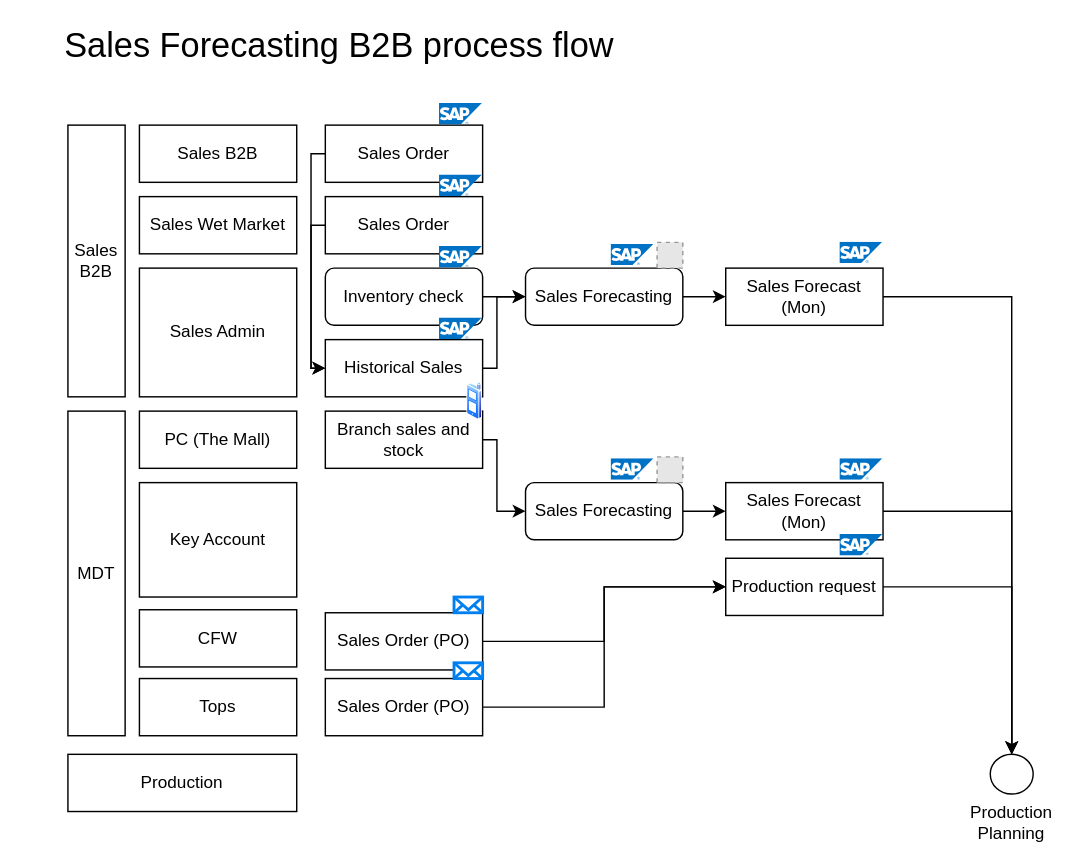
Before: page "Copy of Sales Forecasting B2B" (4 of 15) of new.drawio in pkppm-dev/Roy-s, a draw.io diagram. Source tidied: cells renumbered, new cells numbered last; positions are measured from the earlier drawing's top-left corner, leaving out a move shared by most shapes. Both pictures are drawn from the tidied source at 143%, with x=0, y=0 at pixel (24, 24). Pictures stored in the file or linked from it are replaced by grey dashed boxes.
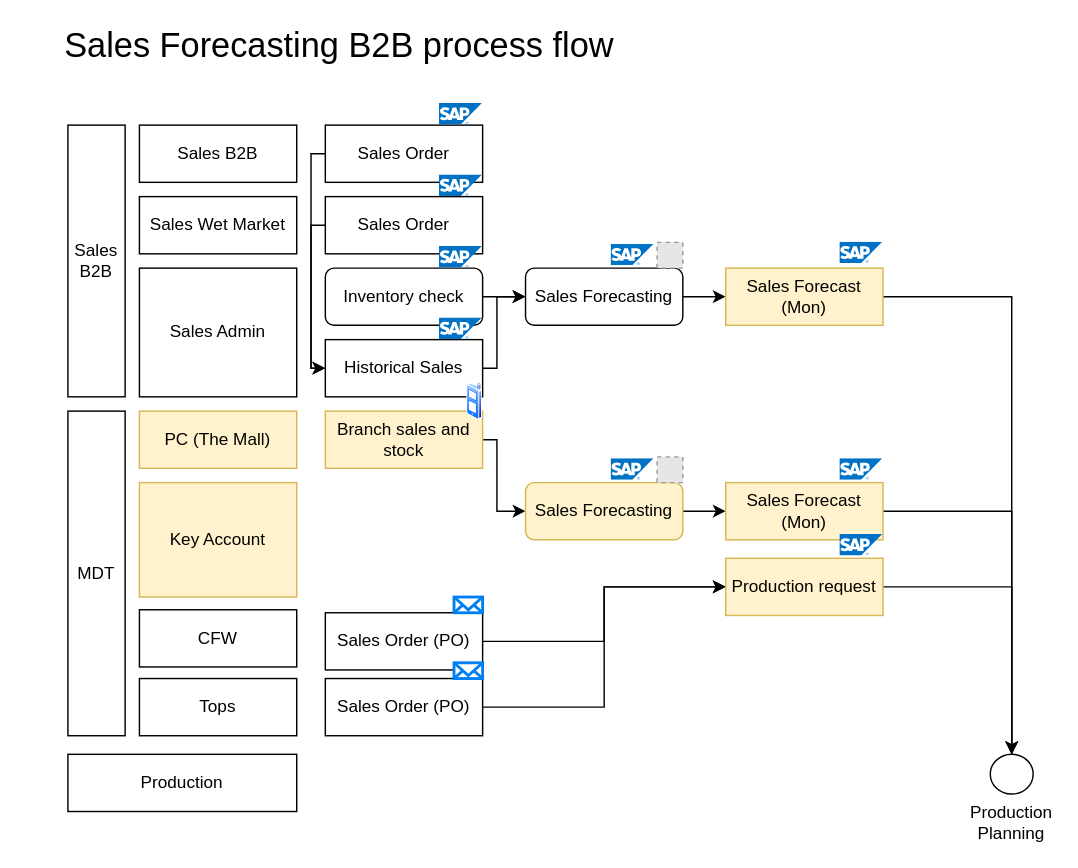
The same diagram, later.

What changed in the source:
```diff
@@
-    <mxCell id="14" value="Sales Forecast (Mon)" style="whiteSpace=wrap;html=1;rounded=0;" parent="1" vertex="1">
+    <mxCell id="14" value="Sales Forecast (Mon)" style="whiteSpace=wrap;html=1;rounded=0;fillColor=#fff2cc;strokeColor=#d6b656;" parent="1" vertex="1">
       <mxGeometry x="490" y="170" width="110" height="40" as="geometry" />
     </mxCell>
@@
-    <mxCell id="23" value="Key Account" style="whiteSpace=wrap;html=1;rounded=0;" parent="1" vertex="1">
+    <mxCell id="23" value="Key Account" style="whiteSpace=wrap;html=1;rounded=0;fillColor=#fff2cc;strokeColor=#d6b656;" parent="1" vertex="1">
       <mxGeometry x="80" y="320" width="110" height="80" as="geometry" />
     </mxCell>
-    <mxCell id="24" value="PC (The Mall)" style="whiteSpace=wrap;html=1;rounded=0;" parent="1" vertex="1">
+    <mxCell id="24" value="PC (The Mall)" style="whiteSpace=wrap;html=1;rounded=0;fillColor=#fff2cc;strokeColor=#d6b656;" parent="1" vertex="1">
       <mxGeometry x="80" y="270" width="110" height="40" as="geometry" />
     </mxCell>
@@
-    <mxCell id="26" value="Branch sales and stock" style="whiteSpace=wrap;html=1;rounded=0;" parent="1" vertex="1">
+    <mxCell id="26" value="Branch sales and stock" style="whiteSpace=wrap;html=1;rounded=0;fillColor=#fff2cc;strokeColor=#d6b656;" parent="1" vertex="1">
       <mxGeometry x="210" y="270" width="110" height="40" as="geometry" />
     </mxCell>
@@
-    <mxCell id="28" value="Sales Forecasting" style="whiteSpace=wrap;html=1;rounded=1;" parent="1" vertex="1">
+    <mxCell id="28" value="Sales Forecasting" style="whiteSpace=wrap;html=1;rounded=1;fillColor=#fff2cc;strokeColor=#d6b656;" parent="1" vertex="1">
       <mxGeometry x="350" y="320" width="110" height="40" as="geometry" />
     </mxCell>
@@
-    <mxCell id="30" value="Sales Forecast (Mon)" style="whiteSpace=wrap;html=1;rounded=0;" parent="1" vertex="1">
+    <mxCell id="30" value="Sales Forecast (Mon)" style="whiteSpace=wrap;html=1;rounded=0;fillColor=#fff2cc;strokeColor=#d6b656;" parent="1" vertex="1">
       <mxGeometry x="490" y="320" width="110" height="40" as="geometry" />
     </mxCell>
@@
-    <mxCell id="49" value="Production request" style="whiteSpace=wrap;html=1;rounded=0;" parent="1" vertex="1">
+    <mxCell id="49" value="Production request" style="whiteSpace=wrap;html=1;rounded=0;fillColor=#fff2cc;strokeColor=#d6b656;" parent="1" vertex="1">
       <mxGeometry x="490" y="372.9" width="110" height="40" as="geometry" />
     </mxCell>
```
